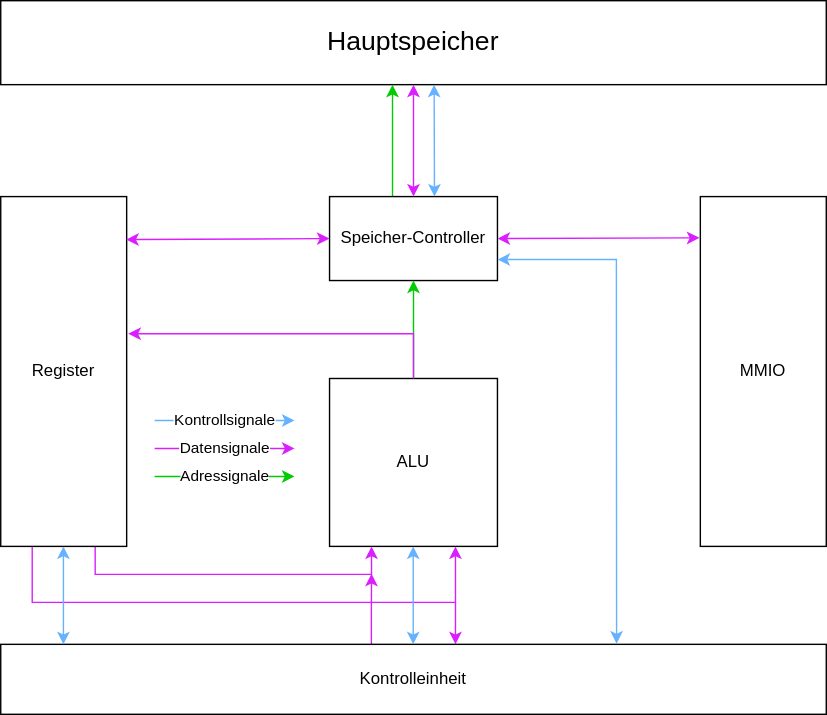
Earlier version of the draw.io export docs/HighLevelHardwareArchitectureGerman.drawio.svg (Sanotsch2003/MiPro-XG-V1). Source tidied: cells renumbered, new cells last; positions are measured from the earlier drawing's top-left corner, leaving out a move shared by most shapes. Its diagram source:
```xml
<mxGraphModel>
  <root>
    <mxCell id="0" />
    <mxCell id="1" parent="0" />
    <mxCell id="2" value="&lt;font style=&quot;font-size: 19px;&quot;&gt;Hauptspeicher&lt;/font&gt;" style="rounded=0;whiteSpace=wrap;html=1;" parent="1" vertex="1">
      <mxGeometry width="590" height="60" as="geometry" />
    </mxCell>
    <mxCell id="3" style="edgeStyle=orthogonalEdgeStyle;rounded=0;orthogonalLoop=1;jettySize=auto;html=1;strokeColor=#00CC00;" parent="1" edge="1">
      <mxGeometry relative="1" as="geometry">
        <mxPoint x="280" y="140" as="sourcePoint" />
        <mxPoint x="280" y="60" as="targetPoint" />
      </mxGeometry>
    </mxCell>
    <mxCell id="4" value="Speicher-Controller" style="rounded=0;whiteSpace=wrap;html=1;" parent="1" vertex="1">
      <mxGeometry x="235" y="140" width="120" height="60" as="geometry" />
    </mxCell>
    <mxCell id="5" style="edgeStyle=orthogonalEdgeStyle;rounded=0;jettySize=auto;html=1;entryX=0.5;entryY=1;entryDx=0;entryDy=0;strokeColor=#00CC00;" parent="1" edge="1" source="6" target="4">
      <mxGeometry relative="1" as="geometry" />
    </mxCell>
    <mxCell id="6" value="ALU" style="whiteSpace=wrap;html=1;" parent="1" vertex="1">
      <mxGeometry x="235" y="270" width="120" height="120" as="geometry" />
    </mxCell>
    <mxCell id="7" value="&lt;div&gt;&lt;div&gt;MMIO&lt;/div&gt;&lt;/div&gt;" style="rounded=0;whiteSpace=wrap;html=1;" parent="1" vertex="1">
      <mxGeometry x="500" y="140" width="90" height="250" as="geometry" />
    </mxCell>
    <mxCell id="8" style="edgeStyle=orthogonalEdgeStyle;rounded=0;jettySize=auto;html=1;exitX=0.25;exitY=1;exitDx=0;exitDy=0;entryX=0.75;entryY=1;entryDx=0;entryDy=0;strokeColor=#DA1FFF;" parent="1" edge="1" source="10" target="6">
      <mxGeometry relative="1" as="geometry">
        <Array as="points">
          <mxPoint x="23" y="430" />
          <mxPoint x="325" y="430" />
        </Array>
      </mxGeometry>
    </mxCell>
    <mxCell id="9" style="edgeStyle=orthogonalEdgeStyle;rounded=0;jettySize=auto;html=1;exitX=0.75;exitY=1;exitDx=0;exitDy=0;entryX=0.25;entryY=1;entryDx=0;entryDy=0;strokeColor=#DA1FFF;" parent="1" edge="1" source="10" target="6">
      <mxGeometry relative="1" as="geometry" />
    </mxCell>
    <mxCell id="10" value="&lt;div&gt;&lt;div&gt;Register&lt;/div&gt;&lt;/div&gt;" style="rounded=0;whiteSpace=wrap;html=1;" parent="1" vertex="1">
      <mxGeometry y="140" width="90" height="250" as="geometry" />
    </mxCell>
    <mxCell id="11" style="edgeStyle=orthogonalEdgeStyle;rounded=0;jettySize=auto;html=1;exitX=0.449;exitY=0.008;exitDx=0;exitDy=0;exitPerimeter=0;strokeColor=#DA1FFF;" parent="1" edge="1" source="13">
      <mxGeometry relative="1" as="geometry">
        <mxPoint x="265" y="409.5" as="targetPoint" />
      </mxGeometry>
    </mxCell>
    <mxCell id="12" style="edgeStyle=orthogonalEdgeStyle;rounded=0;orthogonalLoop=1;jettySize=auto;html=1;endSize=6;strokeColor=#DA1FFF;startSize=6;" parent="1" edge="1">
      <mxGeometry relative="1" as="geometry">
        <mxPoint x="325" y="430" as="sourcePoint" />
        <mxPoint x="325" y="460" as="targetPoint" />
      </mxGeometry>
    </mxCell>
    <mxCell id="13" value="Kontrolleinheit" style="rounded=0;whiteSpace=wrap;html=1;" parent="1" vertex="1">
      <mxGeometry y="460" width="590" height="50" as="geometry" />
    </mxCell>
    <mxCell id="14" style="edgeStyle=orthogonalEdgeStyle;rounded=0;jettySize=auto;html=1;exitX=0.5;exitY=0;exitDx=0;exitDy=0;entryX=1.013;entryY=0.392;entryDx=0;entryDy=0;entryPerimeter=0;strokeColor=#DA1FFF;" parent="1" edge="1" source="6" target="10">
      <mxGeometry relative="1" as="geometry">
        <Array as="points">
          <mxPoint x="295" y="238" />
        </Array>
      </mxGeometry>
    </mxCell>
    <mxCell id="15" value="Kontrollsignale" style="edgeStyle=orthogonalEdgeStyle;rounded=0;orthogonalLoop=1;jettySize=auto;html=1;strokeColor=#66B2FF;" parent="1" edge="1">
      <mxGeometry relative="1" as="geometry">
        <mxPoint x="110" y="300" as="sourcePoint" />
        <mxPoint x="210" y="300" as="targetPoint" />
        <Array as="points">
          <mxPoint x="150" y="300" />
          <mxPoint x="150" y="300" />
        </Array>
      </mxGeometry>
    </mxCell>
    <mxCell id="16" value="Datensignale" style="edgeStyle=orthogonalEdgeStyle;rounded=0;orthogonalLoop=1;jettySize=auto;html=1;strokeColor=#DA1FFF;" parent="1" edge="1">
      <mxGeometry relative="1" as="geometry">
        <mxPoint x="110" y="320" as="sourcePoint" />
        <mxPoint x="210" y="320" as="targetPoint" />
        <Array as="points">
          <mxPoint x="150" y="320" />
          <mxPoint x="150" y="320" />
        </Array>
      </mxGeometry>
    </mxCell>
    <mxCell id="17" value="Adressignale" style="edgeStyle=orthogonalEdgeStyle;rounded=0;orthogonalLoop=1;jettySize=auto;html=1;strokeColor=#00CC00;" parent="1" edge="1">
      <mxGeometry x="0.01" relative="1" as="geometry">
        <mxPoint x="110" y="340" as="sourcePoint" />
        <mxPoint x="210" y="340" as="targetPoint" />
        <Array as="points">
          <mxPoint x="150" y="340" />
          <mxPoint x="150" y="340" />
        </Array>
      </mxGeometry>
    </mxCell>
    <mxCell id="18" style="endArrow=classic;startArrow=classic;html=1;rounded=0;entryX=0.5;entryY=1;entryDx=0;entryDy=0;exitX=0.5;exitY=0;exitDx=0;exitDy=0;strokeColor=#DA1FFF;" parent="1" edge="1" source="4" target="2">
      <mxGeometry relative="1" as="geometry" />
    </mxCell>
    <mxCell id="19" style="endArrow=classic;startArrow=classic;html=1;rounded=0;entryX=1;entryY=0.5;entryDx=0;entryDy=0;exitX=-0.007;exitY=0.118;exitDx=0;exitDy=0;strokeColor=#DA1FFF;exitPerimeter=0;" parent="1" edge="1" source="7" target="4">
      <mxGeometry relative="1" as="geometry" />
    </mxCell>
    <mxCell id="20" style="endArrow=classic;startArrow=classic;html=1;rounded=0;exitX=1;exitY=0.75;exitDx=0;exitDy=0;entryX=0.746;entryY=-0.01;entryDx=0;entryDy=0;strokeColor=#66B2FF;entryPerimeter=0;" parent="1" edge="1" source="4" target="13">
      <mxGeometry relative="1" as="geometry">
        <Array as="points">
          <mxPoint x="440" y="185" />
        </Array>
      </mxGeometry>
    </mxCell>
    <mxCell id="21" style="endArrow=classic;startArrow=classic;html=1;rounded=0;exitX=0.5;exitY=1;exitDx=0;exitDy=0;entryX=0.924;entryY=0;entryDx=0;entryDy=0;entryPerimeter=0;strokeColor=#66B2FF;" parent="1" edge="1">
      <mxGeometry relative="1" as="geometry">
        <mxPoint x="294.8" y="390" as="sourcePoint" />
        <mxPoint x="294.8" y="460" as="targetPoint" />
      </mxGeometry>
    </mxCell>
    <mxCell id="22" style="endArrow=classic;startArrow=classic;html=1;rounded=0;exitX=0.5;exitY=1;exitDx=0;exitDy=0;entryX=0.924;entryY=0;entryDx=0;entryDy=0;entryPerimeter=0;strokeColor=#66B2FF;" parent="1" edge="1">
      <mxGeometry relative="1" as="geometry">
        <mxPoint x="44.8" y="390" as="sourcePoint" />
        <mxPoint x="44.8" y="460" as="targetPoint" />
      </mxGeometry>
    </mxCell>
    <mxCell id="23" style="endArrow=classic;startArrow=classic;html=1;rounded=0;exitX=0.525;exitY=1;exitDx=0;exitDy=0;entryX=0.924;entryY=0;entryDx=0;entryDy=0;entryPerimeter=0;strokeColor=#66B2FF;exitPerimeter=0;" parent="1" edge="1" source="2">
      <mxGeometry relative="1" as="geometry">
        <mxPoint x="310" y="140" as="targetPoint" />
      </mxGeometry>
    </mxCell>
    <mxCell id="24" style="endArrow=classic;startArrow=classic;html=1;rounded=0;strokeColor=#DA1FFF;exitX=0.996;exitY=0.123;exitDx=0;exitDy=0;exitPerimeter=0;entryX=0;entryY=0.5;entryDx=0;entryDy=0;" parent="1" edge="1" source="10" target="4">
      <mxGeometry relative="1" as="geometry" />
    </mxCell>
  </root>
</mxGraphModel>
```
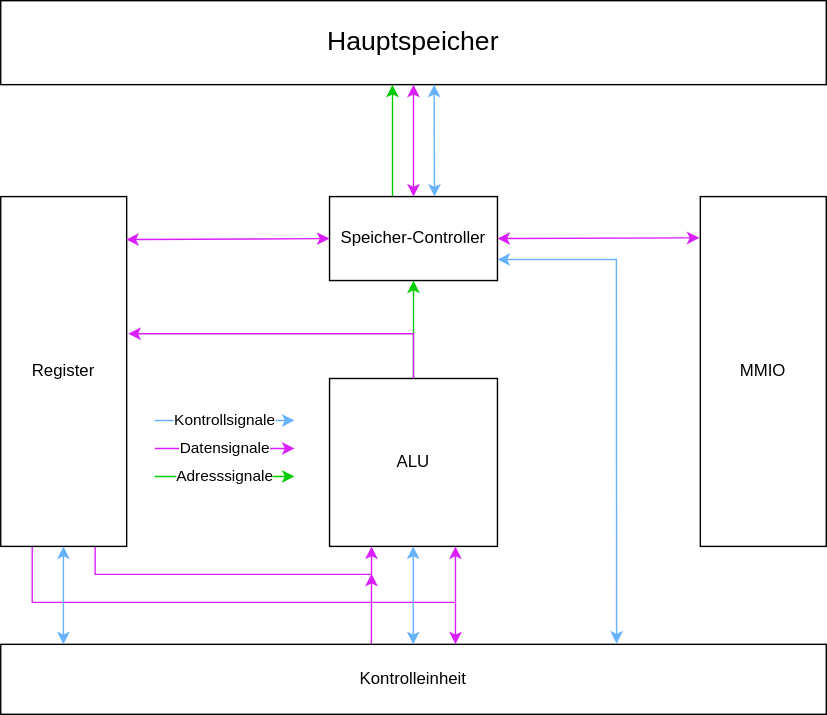
The same file after the commit.

Diff of the diagram source:
```diff
@@ -78,7 +78,7 @@
         </Array>
       </mxGeometry>
     </mxCell>
-    <mxCell id="17" value="Adressignale" style="edgeStyle=orthogonalEdgeStyle;rounded=0;orthogonalLoop=1;jettySize=auto;html=1;strokeColor=#00CC00;" parent="1" edge="1">
+    <mxCell id="17" value="Adresssignale" style="edgeStyle=orthogonalEdgeStyle;rounded=0;orthogonalLoop=1;jettySize=auto;html=1;strokeColor=#00CC00;" parent="1" edge="1">
       <mxGeometry x="0.01" relative="1" as="geometry">
         <mxPoint x="110" y="340" as="sourcePoint" />
         <mxPoint x="210" y="340" as="targetPoint" />
```
